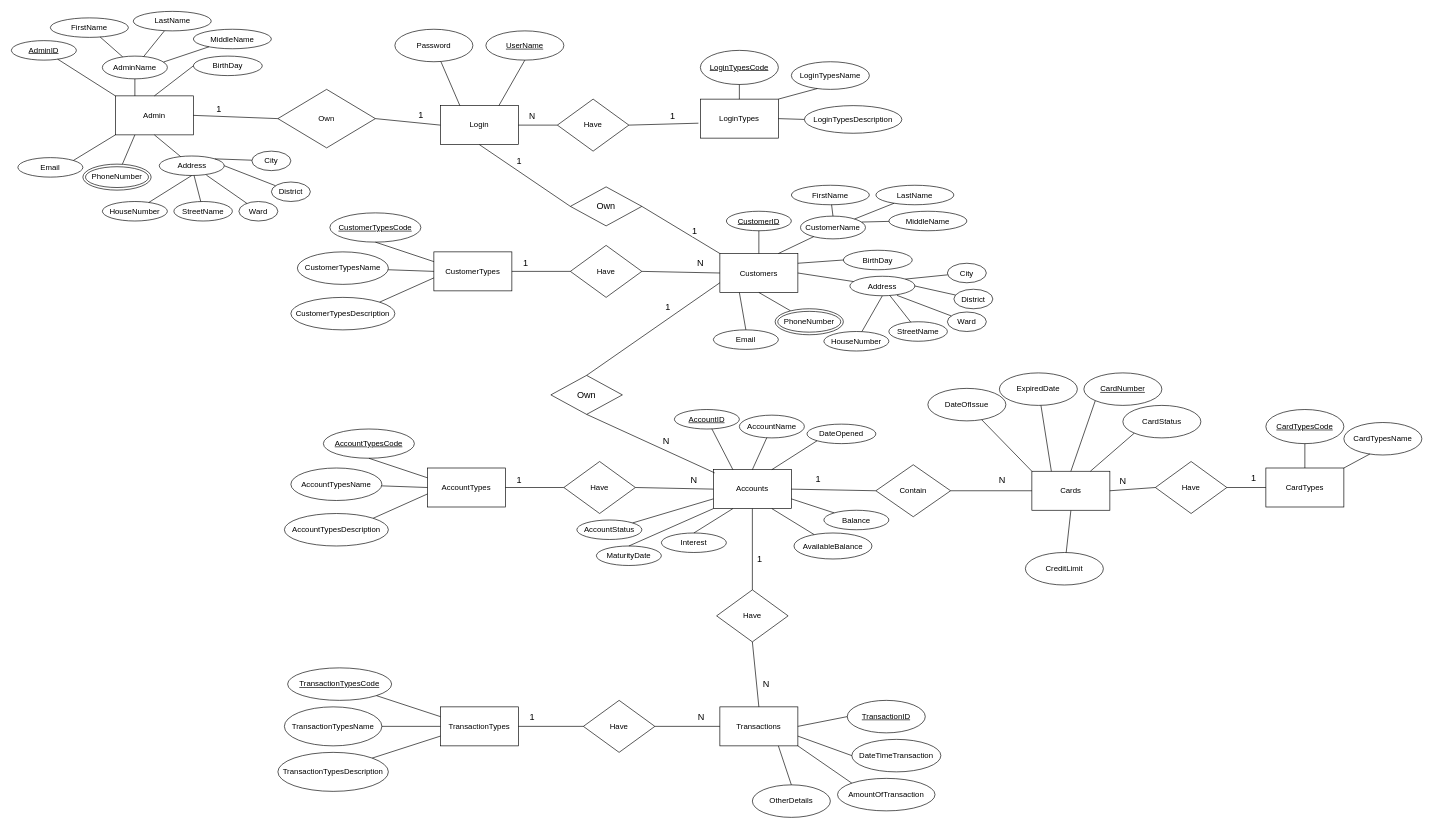
Above: Documents/Design/ERDBankingSystem.drawio in HungHuuHoang/BankingSystem (draw.io), before the change. Source tidied: cells renumbered, new cells numbered last; positions are measured from the earlier drawing's top-left corner, leaving out a move shared by most shapes. Both pictures are drawn from the tidied source at 65%, with x=0, y=0 at pixel (11, 11).
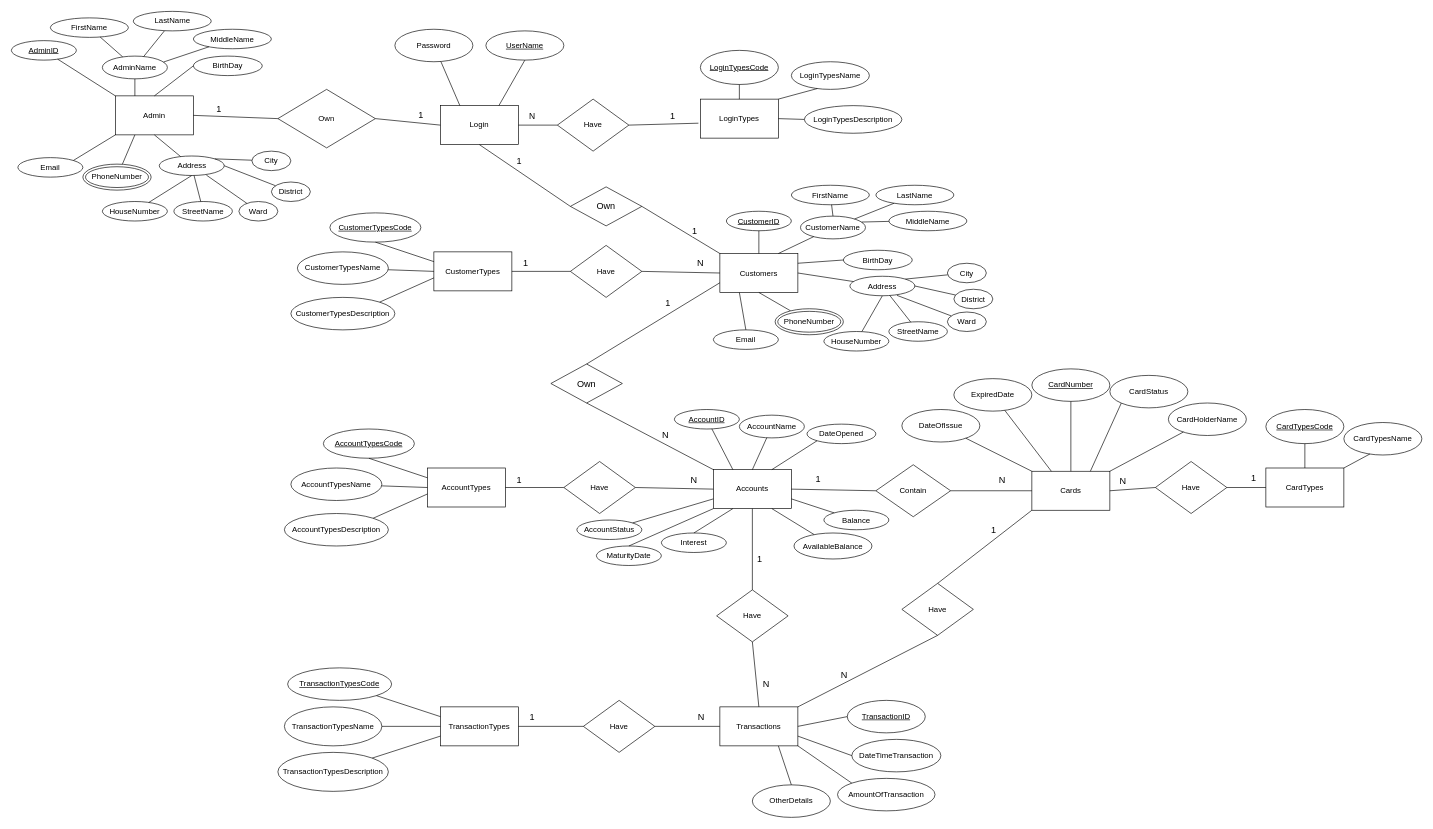
The same page after the edit.

The change refers to these unchanged cells:
```xml
<mxCell id="2" value="Cards" style="rounded=0;whiteSpace=wrap;html=1;" parent="1" vertex="1">
  <mxGeometry x="1570" y="707.5" width="120" height="60" as="geometry" />
</mxCell>
<mxCell id="115" value="Accounts" style="rounded=0;whiteSpace=wrap;html=1;" parent="1" vertex="1">
  <mxGeometry x="1080" y="705" width="120" height="60" as="geometry" />
</mxCell>
<mxCell id="164" value="Transactions" style="rounded=0;whiteSpace=wrap;html=1;" parent="1" vertex="1">
  <mxGeometry x="1090" y="1070" width="120" height="60" as="geometry" />
</mxCell>
```

The edit, as a diff of the source:
```diff
@@
     <mxCell id="3" value="&lt;u&gt;CardNumber&lt;/u&gt;" style="ellipse;whiteSpace=wrap;html=1;" parent="1" vertex="1">
-      <mxGeometry x="1650" y="556.2" width="120" height="50" as="geometry" />
+      <mxGeometry x="1570" y="550" width="120" height="50" as="geometry" />
     </mxCell>
-    <mxCell id="4" style="endArrow=none;html=1;entryX=0;entryY=1;entryDx=0;entryDy=0;exitX=0.5;exitY=0;exitDx=0;exitDy=0;" parent="1" edge="1" source="2" target="3">
+    <mxCell id="4" style="endArrow=none;html=1;entryX=0.5;entryY=1;entryDx=0;entryDy=0;exitX=0.5;exitY=0;exitDx=0;exitDy=0;" parent="1" edge="1" source="2" target="3">
       <mxGeometry relative="1" as="geometry" />
     </mxCell>
@@
     <mxCell id="6" value="DateOfIssue" style="ellipse;whiteSpace=wrap;html=1;" parent="1" vertex="1">
-      <mxGeometry x="1410" y="580" width="120" height="50" as="geometry" />
+      <mxGeometry x="1370" y="612.5" width="120" height="50" as="geometry" />
     </mxCell>
@@
     <mxCell id="8" value="ExpiredDate" style="ellipse;whiteSpace=wrap;html=1;" parent="1" vertex="1">
-      <mxGeometry x="1520" y="556.2" width="120" height="50" as="geometry" />
+      <mxGeometry x="1450" y="565" width="120" height="50" as="geometry" />
     </mxCell>
@@
     <mxCell id="10" value="CardStatus" style="ellipse;whiteSpace=wrap;html=1;" parent="1" vertex="1">
-      <mxGeometry x="1710" y="606.2" width="120" height="50" as="geometry" />
+      <mxGeometry x="1690" y="560" width="120" height="50" as="geometry" />
     </mxCell>
@@
     <mxCell id="137" value="Own" style="rhombus;whiteSpace=wrap;html=1;shadow=0;sketch=0;strokeWidth=1;fontSize=14;align=center;" parent="1" vertex="1">
-      <mxGeometry x="830" y="560" width="110" height="60" as="geometry" />
+      <mxGeometry x="830" y="542.5" width="110" height="60" as="geometry" />
     </mxCell>
@@
-    <mxCell id="140" style="endArrow=none;html=1;fontSize=14;entryX=0.5;entryY=1;entryDx=0;entryDy=0;" parent="1" edge="1" target="137">
-      <mxGeometry relative="1" as="geometry">
-        <mxPoint x="1082" y="710" as="sourcePoint" />
-      </mxGeometry>
+    <mxCell id="140" style="endArrow=none;html=1;fontSize=14;entryX=0.5;entryY=1;entryDx=0;entryDy=0;exitX=0;exitY=0;exitDx=0;exitDy=0;" parent="1" edge="1" source="115" target="137">
+      <mxGeometry relative="1" as="geometry" />
     </mxCell>
@@
-    <mxCell id="183" value="CreditLimit" style="ellipse;whiteSpace=wrap;html=1;" parent="1" vertex="1">
-      <mxGeometry x="1560" y="832.5" width="120" height="50" as="geometry" />
+    <mxCell id="183" value="CardHolderName" style="ellipse;whiteSpace=wrap;html=1;" parent="1" vertex="1">
+      <mxGeometry x="1780" y="602.5" width="120" height="50" as="geometry" />
     </mxCell>
-    <mxCell id="184" style="endArrow=none;html=1;" parent="1" edge="1" source="183">
-      <mxGeometry relative="1" as="geometry">
-        <mxPoint x="1630" y="768" as="targetPoint" />
-      </mxGeometry>
+    <mxCell id="184" style="endArrow=none;html=1;entryX=1;entryY=0;entryDx=0;entryDy=0;" parent="1" edge="1" source="183" target="2">
+      <mxGeometry relative="1" as="geometry" />
     </mxCell>
+    <mxCell id="185" value="Have" style="rhombus;whiteSpace=wrap;html=1;" parent="1" vertex="1">
+      <mxGeometry x="1370" y="880" width="110" height="80" as="geometry" />
+    </mxCell>
+    <mxCell id="186" style="endArrow=none;html=1;entryX=0;entryY=1;entryDx=0;entryDy=0;exitX=0.5;exitY=0;exitDx=0;exitDy=0;" parent="1" edge="1" source="185" target="2">
+      <mxGeometry relative="1" as="geometry" />
+    </mxCell>
+    <mxCell id="187" value="&lt;font style=&quot;font-size: 14px&quot;&gt;1&lt;/font&gt;" style="edgeLabel;html=1;align=center;verticalAlign=middle;" parent="186" vertex="1">
+      <mxGeometry x="0.22" y="-1" relative="1" as="geometry">
+        <mxPoint x="-4.1" y="-14.6" as="offset" />
+      </mxGeometry>
+    </mxCell>
+    <mxCell id="188" style="endArrow=none;html=1;exitX=1;exitY=0;exitDx=0;exitDy=0;entryX=0.5;entryY=1;entryDx=0;entryDy=0;" parent="1" edge="1" source="164" target="185">
+      <mxGeometry relative="1" as="geometry" />
+    </mxCell>
+    <mxCell id="189" value="&lt;font style=&quot;font-size: 14px&quot;&gt;N&lt;/font&gt;" style="edgeLabel;html=1;align=center;verticalAlign=middle;" parent="188" vertex="1">
+      <mxGeometry x="-0.18" relative="1" as="geometry">
+        <mxPoint x="-18.1" y="-4.9" as="offset" />
+      </mxGeometry>
+    </mxCell>
```
